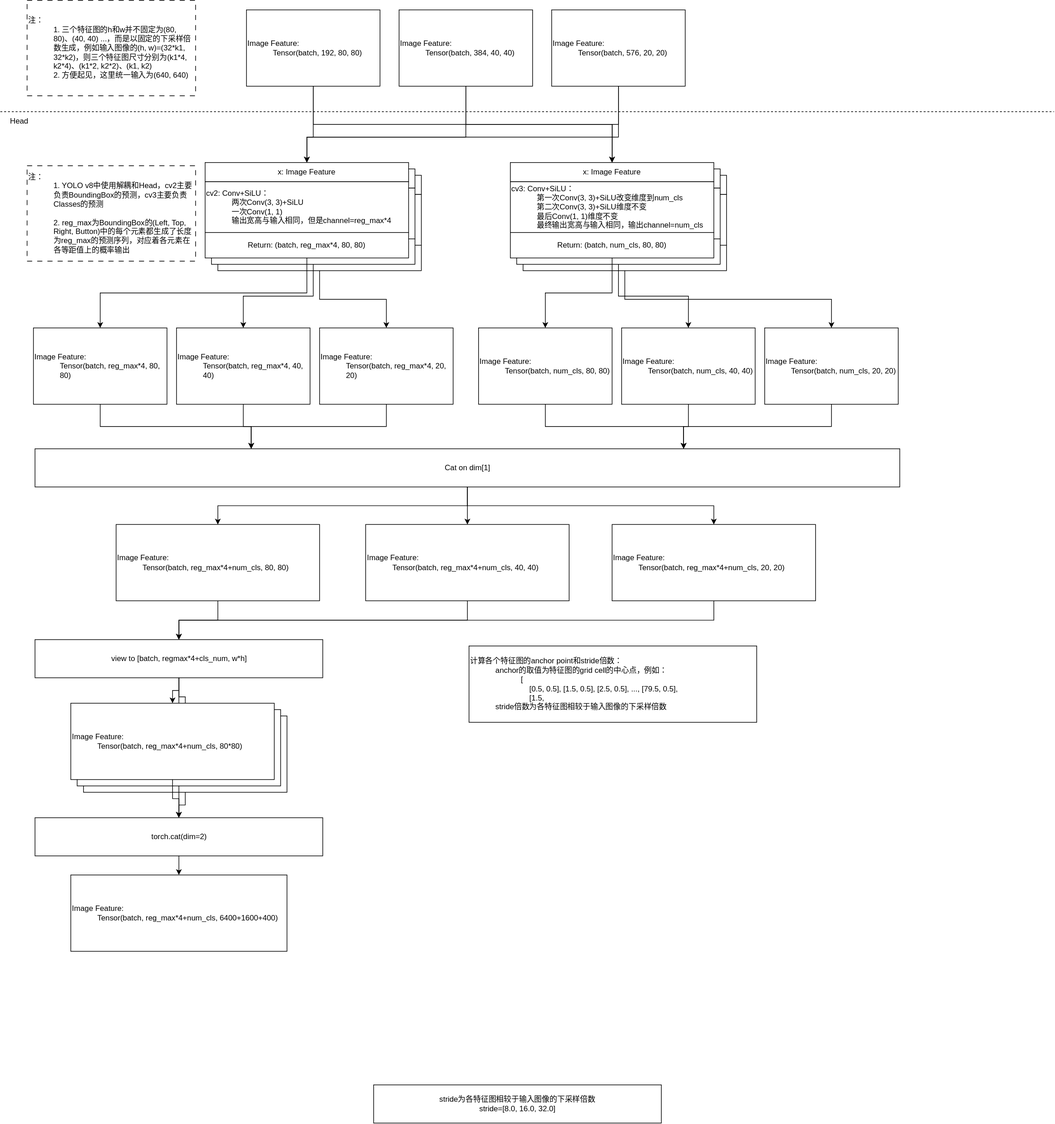
Above: 机器学习/Resources/YOLO v8 Head结构.svg in h13-0/Notebooks (draw.io), before the change. Source tidied: cells renumbered, new cells last; positions are measured from the earlier drawing's top-left corner, leaving out a move shared by most shapes.
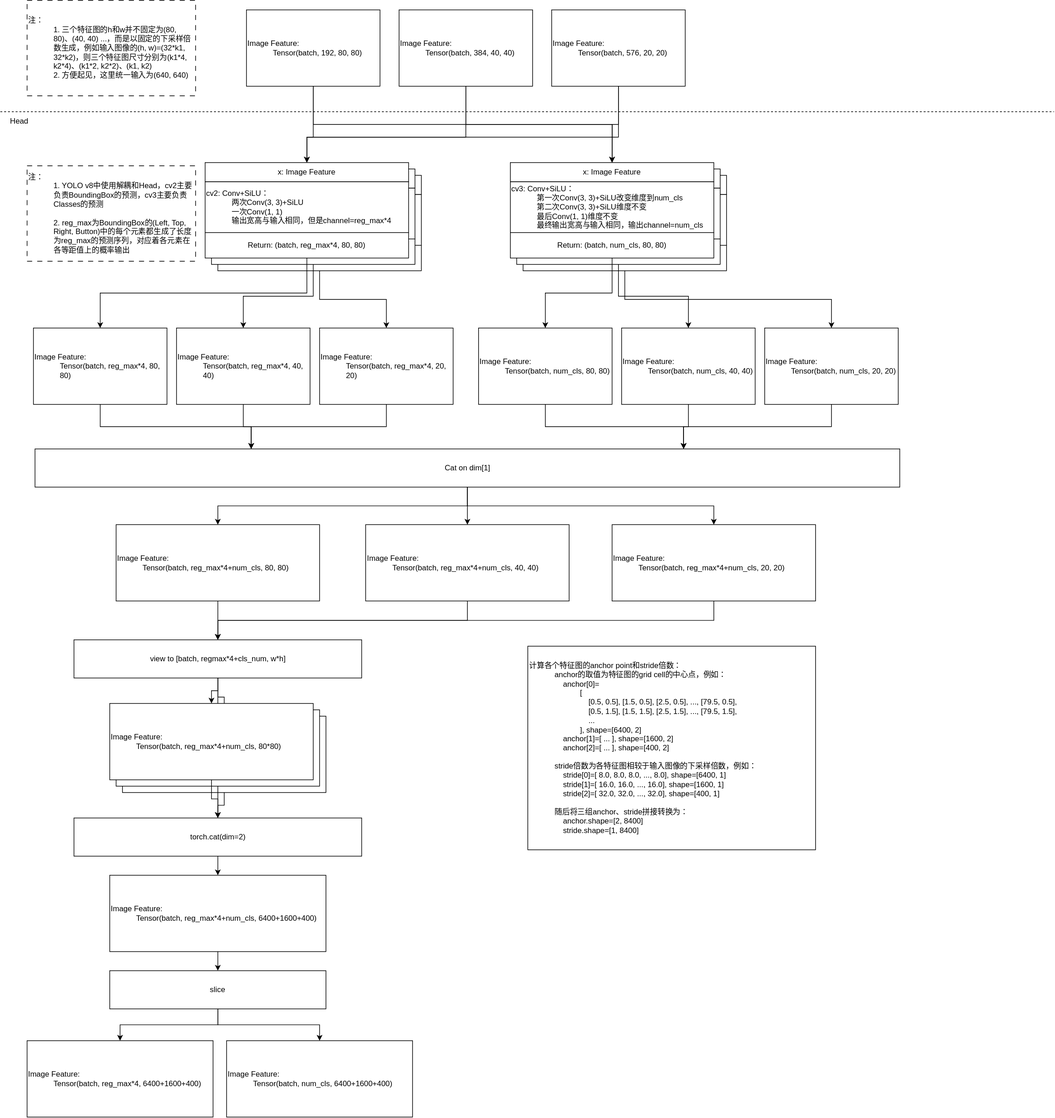
The same diagram one commit later.

Commit message:
vault backup: 2025-03-30 17:57:01

Change to the diagram source:
```diff
@@ -6,7 +6,7 @@
       <mxGeometry relative="1" as="geometry" />
     </mxCell>
     <mxCell id="3" value="&lt;div style=&quot;&quot;&gt;&lt;span style=&quot;background-color: transparent; color: light-dark(rgb(0, 0, 0), rgb(255, 255, 255));&quot;&gt;Image Feature:&lt;/span&gt;&lt;/div&gt;&lt;blockquote style=&quot;margin: 0 0 0 40px; border: none; padding: 0px;&quot;&gt;&lt;div style=&quot;&quot;&gt;&lt;span style=&quot;background-color: transparent; color: light-dark(rgb(0, 0, 0), rgb(255, 255, 255));&quot;&gt;Tensor(batch,&amp;nbsp;&lt;/span&gt;&lt;span style=&quot;text-align: center;&quot;&gt;reg_max*4+num_cls&lt;/span&gt;&lt;span style=&quot;background-color: transparent; color: light-dark(rgb(0, 0, 0), rgb(255, 255, 255));&quot;&gt;, 20*20)&lt;/span&gt;&lt;/div&gt;&lt;/blockquote&gt;" style="rounded=0;whiteSpace=wrap;html=1;align=left;" parent="1" vertex="1">
-      <mxGeometry x="130.8" y="1125" width="320" height="120" as="geometry" />
+      <mxGeometry x="192" y="1125" width="320" height="120" as="geometry" />
     </mxCell>
     <mxCell id="4" style="endArrow=none;dashed=1;html=1;rounded=0;exitX=0;exitY=0;exitDx=0;exitDy=0;" parent="1" edge="1" source="5">
       <mxGeometry relative="1" as="geometry">
@@ -217,36 +217,51 @@
       <mxGeometry relative="1" as="geometry" />
     </mxCell>
     <mxCell id="66" value="view to [batch, regmax*4+cls_num, w*h]" style="rounded=0;whiteSpace=wrap;html=1;" parent="1" vertex="1">
-      <mxGeometry x="54.5" y="1005" width="452.5" height="60" as="geometry" />
+      <mxGeometry x="115.8" y="1005" width="452.5" height="60" as="geometry" />
     </mxCell>
     <mxCell id="67" style="edgeStyle=orthogonalEdgeStyle;rounded=0;jettySize=auto;html=1;exitX=0.5;exitY=1;exitDx=0;exitDy=0;entryX=0.5;entryY=0;entryDx=0;entryDy=0;" parent="1" edge="1" source="68" target="71">
       <mxGeometry relative="1" as="geometry" />
     </mxCell>
     <mxCell id="68" value="torch.cat(dim=2)" style="rounded=0;whiteSpace=wrap;html=1;" parent="1" vertex="1">
-      <mxGeometry x="54.5" y="1285" width="452.5" height="60" as="geometry" />
+      <mxGeometry x="115.8" y="1285" width="452.5" height="60" as="geometry" />
     </mxCell>
     <mxCell id="69" style="edgeStyle=orthogonalEdgeStyle;rounded=0;jettySize=auto;html=1;exitX=0.5;exitY=1;exitDx=0;exitDy=0;" parent="1" edge="1" source="70">
       <mxGeometry relative="1" as="geometry">
-        <mxPoint x="280.6" y="1285" as="targetPoint" />
+        <mxPoint x="341.9" y="1285" as="targetPoint" />
       </mxGeometry>
     </mxCell>
     <mxCell id="70" value="&lt;div style=&quot;&quot;&gt;&lt;span style=&quot;background-color: transparent; color: light-dark(rgb(0, 0, 0), rgb(255, 255, 255));&quot;&gt;Image Feature:&lt;/span&gt;&lt;/div&gt;&lt;blockquote style=&quot;margin: 0 0 0 40px; border: none; padding: 0px;&quot;&gt;&lt;div style=&quot;&quot;&gt;&lt;span style=&quot;background-color: transparent; color: light-dark(rgb(0, 0, 0), rgb(255, 255, 255));&quot;&gt;Tensor(batch,&amp;nbsp;&lt;/span&gt;&lt;span style=&quot;text-align: center;&quot;&gt;reg_max*4+num_cls&lt;/span&gt;&lt;span style=&quot;background-color: transparent; color: light-dark(rgb(0, 0, 0), rgb(255, 255, 255));&quot;&gt;, 40*40)&lt;/span&gt;&lt;/div&gt;&lt;/blockquote&gt;" style="rounded=0;whiteSpace=wrap;html=1;align=left;" parent="1" vertex="1">
-      <mxGeometry x="120.8" y="1115" width="320" height="120" as="geometry" />
+      <mxGeometry x="182" y="1115" width="320" height="120" as="geometry" />
     </mxCell>
+    <mxCell id="76" style="edgeStyle=orthogonalEdgeStyle;rounded=0;jettySize=auto;html=1;exitX=0.5;exitY=1;exitDx=0;exitDy=0;entryX=0.5;entryY=0;entryDx=0;entryDy=0;" parent="1" edge="1" source="71" target="80">
+      <mxGeometry relative="1" as="geometry" />
+    </mxCell>
     <mxCell id="71" value="&lt;div style=&quot;&quot;&gt;&lt;span style=&quot;background-color: transparent; color: light-dark(rgb(0, 0, 0), rgb(255, 255, 255));&quot;&gt;Image Feature:&lt;/span&gt;&lt;/div&gt;&lt;blockquote style=&quot;margin: 0 0 0 40px; border: none; padding: 0px;&quot;&gt;&lt;div style=&quot;&quot;&gt;&lt;span style=&quot;background-color: transparent; color: light-dark(rgb(0, 0, 0), rgb(255, 255, 255));&quot;&gt;Tensor(batch,&amp;nbsp;&lt;/span&gt;&lt;span style=&quot;text-align: center;&quot;&gt;reg_max*4+num_cls&lt;/span&gt;&lt;span style=&quot;background-color: transparent; color: light-dark(rgb(0, 0, 0), rgb(255, 255, 255));&quot;&gt;, 6400+1600+400)&lt;/span&gt;&lt;/div&gt;&lt;/blockquote&gt;" style="rounded=0;whiteSpace=wrap;html=1;align=left;" parent="1" vertex="1">
-      <mxGeometry x="110.8" y="1375" width="340" height="120" as="geometry" />
+      <mxGeometry x="172" y="1375" width="340" height="120" as="geometry" />
     </mxCell>
     <mxCell id="72" style="edgeStyle=orthogonalEdgeStyle;rounded=0;jettySize=auto;html=1;exitX=0.5;exitY=1;exitDx=0;exitDy=0;entryX=0.5;entryY=0;entryDx=0;entryDy=0;" parent="1" edge="1" source="73" target="68">
       <mxGeometry relative="1" as="geometry" />
     </mxCell>
     <mxCell id="73" value="&lt;div style=&quot;&quot;&gt;&lt;span style=&quot;background-color: transparent; color: light-dark(rgb(0, 0, 0), rgb(255, 255, 255));&quot;&gt;Image Feature:&lt;/span&gt;&lt;/div&gt;&lt;blockquote style=&quot;margin: 0 0 0 40px; border: none; padding: 0px;&quot;&gt;&lt;div style=&quot;&quot;&gt;&lt;span style=&quot;background-color: transparent; color: light-dark(rgb(0, 0, 0), rgb(255, 255, 255));&quot;&gt;Tensor(batch,&amp;nbsp;&lt;/span&gt;&lt;span style=&quot;text-align: center;&quot;&gt;reg_max*4+num_cls&lt;/span&gt;&lt;span style=&quot;background-color: transparent; color: light-dark(rgb(0, 0, 0), rgb(255, 255, 255));&quot;&gt;, 80*80)&lt;/span&gt;&lt;/div&gt;&lt;/blockquote&gt;" style="rounded=0;whiteSpace=wrap;html=1;align=left;" parent="1" vertex="1">
-      <mxGeometry x="110.8" y="1105" width="320" height="120" as="geometry" />
+      <mxGeometry x="172" y="1105" width="320" height="120" as="geometry" />
     </mxCell>
-    <mxCell id="74" value="stride为各特征图相较于输入图像的下采样倍数&lt;div&gt;stride=[8.0, 16.0, 32.0]&lt;/div&gt;" style="rounded=0;whiteSpace=wrap;html=1;" parent="1" vertex="1">
-      <mxGeometry x="587" y="1705" width="452.5" height="60" as="geometry" />
-    </mxCell>
-    <mxCell id="75" value="计算各个特征图的anchor point和stride倍数：&lt;blockquote style=&quot;margin: 0 0 0 40px; border: none; padding: 0px;&quot;&gt;&lt;div&gt;anchor的取值为特征图的grid cell的中心点，例如：&lt;/div&gt;&lt;/blockquote&gt;&lt;blockquote style=&quot;margin: 0 0 0 40px; border: none; padding: 0px;&quot;&gt;&lt;blockquote style=&quot;margin: 0 0 0 40px; border: none; padding: 0px;&quot;&gt;[&lt;/blockquote&gt;&lt;blockquote style=&quot;margin: 0 0 0 40px; border: none; padding: 0px;&quot;&gt;&amp;nbsp; &amp;nbsp; [0.5, 0.5], [1.5, 0.5], [2.5, 0.5], ..., [79.5, 0.5],&lt;/blockquote&gt;&lt;blockquote style=&quot;margin: 0 0 0 40px; border: none; padding: 0px;&quot;&gt;&amp;nbsp; &amp;nbsp; [1.5,&lt;/blockquote&gt;&lt;/blockquote&gt;&lt;blockquote style=&quot;margin: 0 0 0 40px; border: none; padding: 0px;&quot;&gt;&lt;div&gt;stride倍数为各特征图相较于输入图像的下采样倍数&lt;/div&gt;&lt;/blockquote&gt;" style="rounded=0;whiteSpace=wrap;html=1;align=left;" parent="1" vertex="1">
-      <mxGeometry x="737" y="1015" width="452.5" height="120" as="geometry" />
+    <mxCell id="75" value="计算各个特征图的anchor point和stride倍数：&lt;blockquote style=&quot;margin: 0 0 0 40px; border: none; padding: 0px;&quot;&gt;&lt;div&gt;anchor的取值为特征图的grid cell的中心点，例如：&lt;/div&gt;&lt;div&gt;&amp;nbsp; &amp;nbsp; anchor[0]=&lt;/div&gt;&lt;/blockquote&gt;&lt;blockquote style=&quot;margin: 0 0 0 40px; border: none; padding: 0px;&quot;&gt;&lt;blockquote style=&quot;margin: 0 0 0 40px; border: none; padding: 0px;&quot;&gt;[&lt;/blockquote&gt;&lt;blockquote style=&quot;margin: 0 0 0 40px; border: none; padding: 0px;&quot;&gt;&amp;nbsp; &amp;nbsp; [0.5, 0.5], [1.5, 0.5], [2.5, 0.5], ..., [79.5, 0.5],&lt;/blockquote&gt;&lt;blockquote style=&quot;margin: 0 0 0 40px; border: none; padding: 0px;&quot;&gt;&amp;nbsp; &amp;nbsp; [0.5,&lt;span style=&quot;background-color: transparent; color: light-dark(rgb(0, 0, 0), rgb(255, 255, 255));&quot;&gt;&amp;nbsp;1.5], [1.5, 1.5], [2.5, 1.5], ..., [79.5, 1.5],&lt;/span&gt;&lt;/blockquote&gt;&lt;blockquote style=&quot;margin: 0 0 0 40px; border: none; padding: 0px;&quot;&gt;&lt;span style=&quot;background-color: transparent; color: light-dark(rgb(0, 0, 0), rgb(255, 255, 255));&quot;&gt;&amp;nbsp; &amp;nbsp; ...&lt;/span&gt;&lt;/blockquote&gt;&lt;blockquote style=&quot;margin: 0 0 0 40px; border: none; padding: 0px;&quot;&gt;&lt;span style=&quot;background-color: transparent; color: light-dark(rgb(0, 0, 0), rgb(255, 255, 255));&quot;&gt;], shape=[6400, 2]&lt;/span&gt;&lt;/blockquote&gt;&lt;/blockquote&gt;&lt;blockquote style=&quot;margin: 0 0 0 40px; border: none; padding: 0px;&quot;&gt;&lt;span style=&quot;background-color: transparent; color: light-dark(rgb(0, 0, 0), rgb(255, 255, 255));&quot;&gt;&amp;nbsp; &amp;nbsp; anchor[1]=[ ... ], shape=[1600, 2]&lt;/span&gt;&lt;/blockquote&gt;&lt;blockquote style=&quot;margin: 0 0 0 40px; border: none; padding: 0px;&quot;&gt;&lt;span style=&quot;background-color: transparent; color: light-dark(rgb(0, 0, 0), rgb(255, 255, 255));&quot;&gt;&amp;nbsp; &amp;nbsp; anchor[2]=[ ... ], shape=[400, 2]&lt;/span&gt;&lt;/blockquote&gt;&lt;blockquote style=&quot;margin: 0 0 0 40px; border: none; padding: 0px;&quot;&gt;&lt;blockquote style=&quot;margin: 0 0 0 40px; border: none; padding: 0px;&quot;&gt;&lt;span style=&quot;background-color: transparent; color: light-dark(rgb(0, 0, 0), rgb(255, 255, 255));&quot;&gt;&lt;br&gt;&lt;/span&gt;&lt;/blockquote&gt;&lt;/blockquote&gt;&lt;blockquote style=&quot;margin: 0 0 0 40px; border: none; padding: 0px;&quot;&gt;&lt;div&gt;stride倍数为各特征图相较于输入图像的下采样倍数，例如：&lt;/div&gt;&lt;div&gt;&amp;nbsp; &amp;nbsp; stride[0]=&lt;span style=&quot;background-color: transparent; color: light-dark(rgb(0, 0, 0), rgb(255, 255, 255));&quot;&gt;[ 8.0, 8.0, 8.0, ..., 8.0],&amp;nbsp;&lt;/span&gt;shape&lt;span style=&quot;background-color: transparent; color: light-dark(rgb(0, 0, 0), rgb(255, 255, 255));&quot;&gt;=[6400, 1]&lt;/span&gt;&lt;/div&gt;&lt;div&gt;&lt;span style=&quot;background-color: transparent; color: light-dark(rgb(0, 0, 0), rgb(255, 255, 255));&quot;&gt;&amp;nbsp; &amp;nbsp; stride[1]=[ 16.0, 16.0, ..., 16.0], shape=[1600, 1]&lt;/span&gt;&lt;/div&gt;&lt;div&gt;&lt;span style=&quot;background-color: transparent; color: light-dark(rgb(0, 0, 0), rgb(255, 255, 255));&quot;&gt;&amp;nbsp; &amp;nbsp; stride[2]=[ 32.0, 32.0, ..., 32.0], shape=[400, 1]&lt;/span&gt;&lt;/div&gt;&lt;div&gt;&lt;br&gt;&lt;/div&gt;&lt;div&gt;随后将三组anchor、stride拼接转换为：&lt;/div&gt;&lt;div&gt;&amp;nbsp; &amp;nbsp; anchor.shape=[2, 8400]&lt;/div&gt;&lt;div&gt;&amp;nbsp; &amp;nbsp; stride.shape=[1, 8400]&lt;/div&gt;&lt;/blockquote&gt;" style="rounded=0;whiteSpace=wrap;html=1;align=left;" parent="1" vertex="1">
+      <mxGeometry x="829.5" y="1015" width="452.5" height="320" as="geometry" />
     </mxCell>
+    <mxCell id="77" value="&lt;div style=&quot;&quot;&gt;&lt;span style=&quot;background-color: transparent; color: light-dark(rgb(0, 0, 0), rgb(255, 255, 255));&quot;&gt;Image Feature:&lt;/span&gt;&lt;/div&gt;&lt;blockquote style=&quot;margin: 0 0 0 40px; border: none; padding: 0px;&quot;&gt;&lt;div style=&quot;&quot;&gt;&lt;span style=&quot;background-color: transparent; color: light-dark(rgb(0, 0, 0), rgb(255, 255, 255));&quot;&gt;Tensor(batch,&amp;nbsp;&lt;/span&gt;&lt;span style=&quot;text-align: center;&quot;&gt;reg_max*4&lt;/span&gt;&lt;span style=&quot;background-color: transparent; color: light-dark(rgb(0, 0, 0), rgb(255, 255, 255));&quot;&gt;, 6400+1600+400)&lt;/span&gt;&lt;/div&gt;&lt;/blockquote&gt;" style="rounded=0;whiteSpace=wrap;html=1;align=left;" parent="1" vertex="1">
+      <mxGeometry x="42" y="1635" width="292.5" height="120" as="geometry" />
+    </mxCell>
+    <mxCell id="78" style="edgeStyle=orthogonalEdgeStyle;rounded=0;jettySize=auto;html=1;exitX=0.5;exitY=1;exitDx=0;exitDy=0;entryX=0.5;entryY=0;entryDx=0;entryDy=0;" parent="1" edge="1" source="80" target="77">
+      <mxGeometry relative="1" as="geometry" />
+    </mxCell>
+    <mxCell id="79" style="edgeStyle=orthogonalEdgeStyle;rounded=0;jettySize=auto;html=1;exitX=0.5;exitY=1;exitDx=0;exitDy=0;entryX=0.5;entryY=0;entryDx=0;entryDy=0;" parent="1" edge="1" source="80" target="81">
+      <mxGeometry relative="1" as="geometry" />
+    </mxCell>
+    <mxCell id="80" value="slice" style="rounded=0;whiteSpace=wrap;html=1;" parent="1" vertex="1">
+      <mxGeometry x="172" y="1525" width="340" height="60" as="geometry" />
+    </mxCell>
+    <mxCell id="81" value="&lt;div style=&quot;&quot;&gt;&lt;span style=&quot;background-color: transparent; color: light-dark(rgb(0, 0, 0), rgb(255, 255, 255));&quot;&gt;Image Feature:&lt;/span&gt;&lt;/div&gt;&lt;blockquote style=&quot;margin: 0 0 0 40px; border: none; padding: 0px;&quot;&gt;&lt;div style=&quot;text-align: center;&quot;&gt;&lt;span style=&quot;background-color: transparent; color: light-dark(rgb(0, 0, 0), rgb(255, 255, 255));&quot;&gt;Tensor(batch, num_cls&lt;/span&gt;&lt;span style=&quot;background-color: transparent; color: light-dark(rgb(0, 0, 0), rgb(255, 255, 255));&quot;&gt;, 6400+1600+400)&lt;/span&gt;&lt;/div&gt;&lt;/blockquote&gt;" style="rounded=0;whiteSpace=wrap;html=1;align=left;" parent="1" vertex="1">
+      <mxGeometry x="355.8" y="1635" width="292.5" height="120" as="geometry" />
+    </mxCell>
   </root>
 </mxGraphModel>
```
